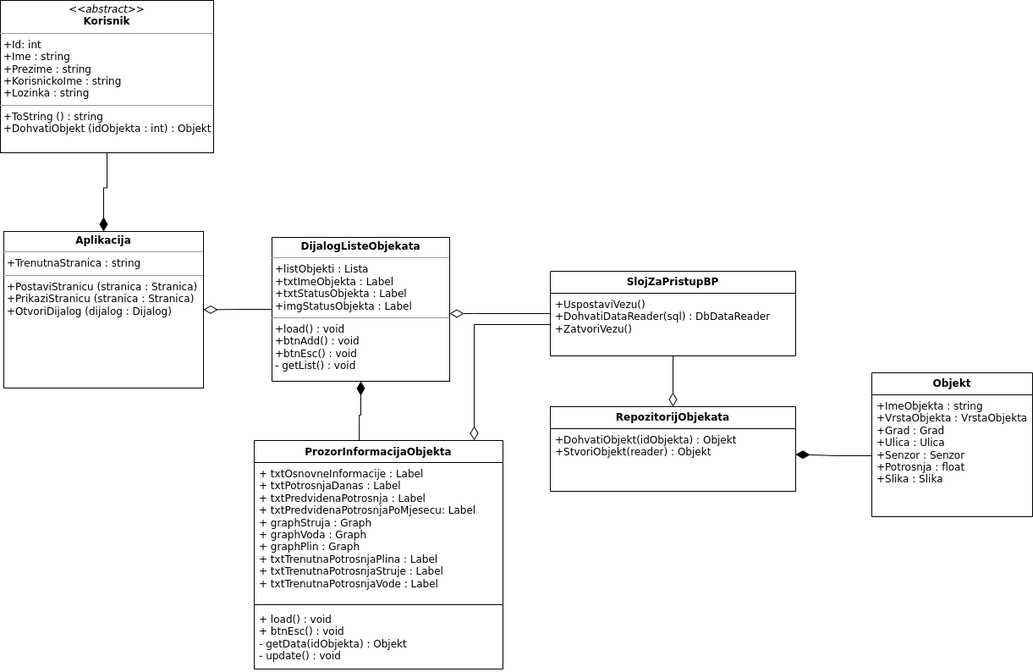
Before: pristup_ispis_potrosnje_new.drawio.png, a diagram exported from draw.io (xunillen2/LiveEnergy). Source tidied: cells renumbered, new cells last; positions are measured from the earlier drawing's top-left corner, leaving out a move shared by most shapes.
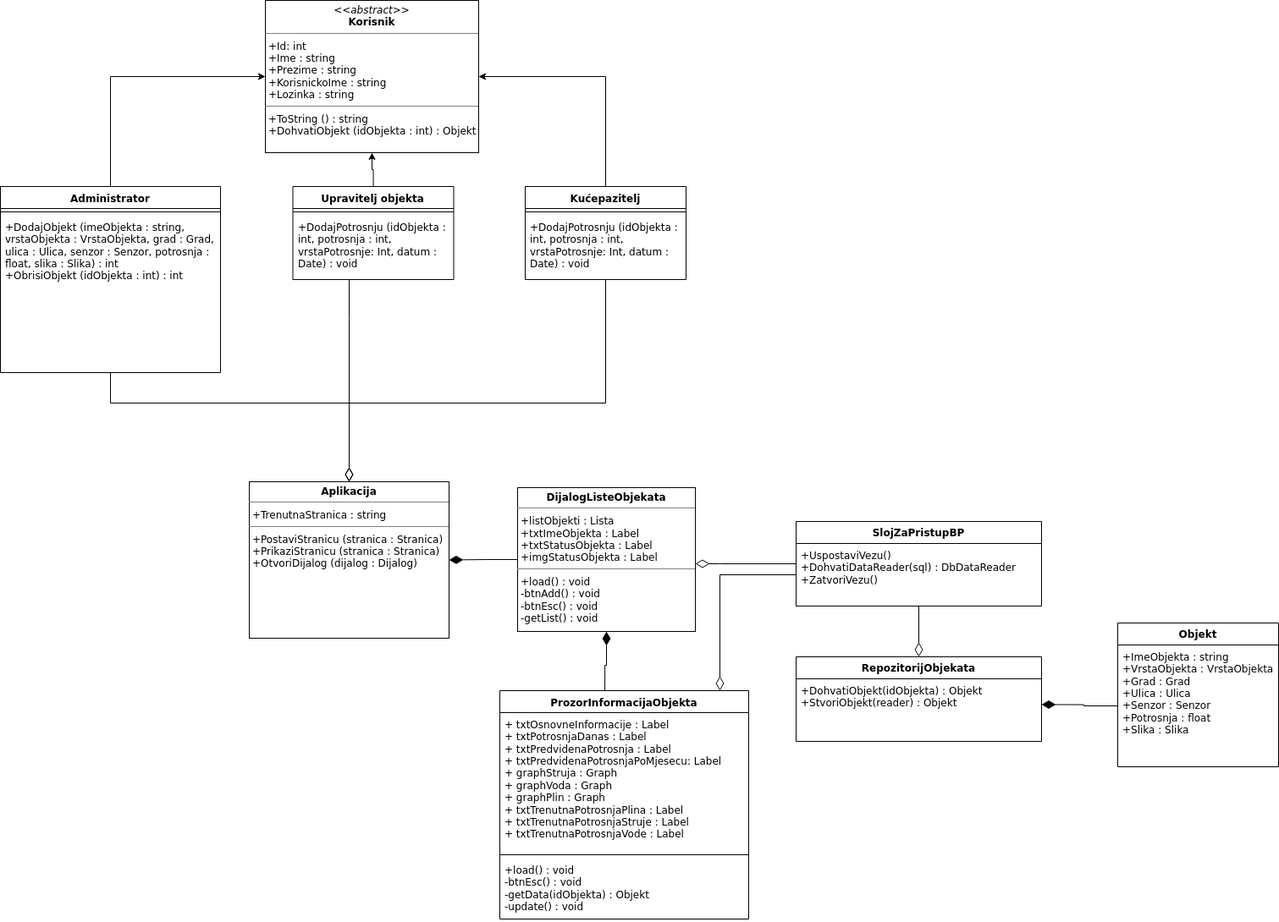
After the change.

What changed in the source:
```diff
@@ -2,35 +2,29 @@
   <root>
     <mxCell id="0" />
     <mxCell id="1" parent="0" />
-    <mxCell id="2" style="edgeStyle=orthogonalEdgeStyle;rounded=0;jettySize=auto;html=1;entryX=0.5;entryY=0;entryDx=0;entryDy=0;endArrow=diamondThin;endFill=1;startSize=12;endSize=14;" parent="1" edge="1" source="3" target="21">
-      <mxGeometry relative="1" as="geometry" />
-    </mxCell>
-    <mxCell id="3" value="&lt;p style=&quot;margin:0px;margin-top:4px;text-align:center;&quot;&gt;&lt;i&gt;&amp;lt;&amp;lt;abstract&amp;gt;&amp;gt;&lt;/i&gt;&lt;br&gt;&lt;b&gt;Korisnik&lt;/b&gt;&lt;/p&gt;&lt;hr size=&quot;1&quot;&gt;&lt;p style=&quot;margin:0px;margin-left:4px;&quot;&gt;+Id: int&lt;br&gt;+Ime : string&lt;/p&gt;&lt;p style=&quot;margin:0px;margin-left:4px;&quot;&gt;+Prezime : string&lt;/p&gt;&lt;p style=&quot;margin:0px;margin-left:4px;&quot;&gt;+KorisnickoIme : string&lt;/p&gt;&lt;p style=&quot;margin:0px;margin-left:4px;&quot;&gt;+Lozinka : string&lt;/p&gt;&lt;hr size=&quot;1&quot;&gt;&lt;p style=&quot;margin:0px;margin-left:4px;&quot;&gt;+ToString () : string&lt;/p&gt;&lt;p style=&quot;margin:0px;margin-left:4px;&quot;&gt;+DohvatiObjekt (idObjekta : int) : Objekt&lt;/p&gt;" style="verticalAlign=top;align=left;overflow=fill;fontSize=12;fontFamily=Helvetica;html=1;whiteSpace=wrap;" parent="1" vertex="1">
-      <mxGeometry width="252" height="180" as="geometry" />
-    </mxCell>
-    <mxCell id="4" style="edgeStyle=orthogonalEdgeStyle;rounded=0;jettySize=auto;html=1;entryX=0.422;entryY=0.006;entryDx=0;entryDy=0;entryPerimeter=0;endArrow=none;endFill=0;endSize=14;startArrow=diamondThin;startFill=1;startSize=14;" parent="1" edge="1" source="6" target="16">
-      <mxGeometry relative="1" as="geometry" />
-    </mxCell>
-    <mxCell id="5" style="edgeStyle=orthogonalEdgeStyle;rounded=0;jettySize=auto;html=1;entryX=1;entryY=0.5;entryDx=0;entryDy=0;endArrow=diamondThin;endFill=0;startSize=12;endSize=14;" parent="1" edge="1" source="6" target="21">
-      <mxGeometry relative="1" as="geometry" />
-    </mxCell>
-    <mxCell id="6" value="&lt;p style=&quot;margin:0px;margin-top:4px;text-align:center;&quot;&gt;&lt;b&gt;DijalogListeObjekata&lt;/b&gt;&lt;/p&gt;&lt;hr size=&quot;1&quot;&gt;&lt;p style=&quot;margin:0px;margin-left:4px;&quot;&gt;+listObjekti : Lista&lt;br&gt;&lt;/p&gt;&lt;p style=&quot;margin:0px;margin-left:4px;&quot;&gt;+txtImeObjekta : Label&lt;/p&gt;&lt;p style=&quot;margin:0px;margin-left:4px;&quot;&gt;+txtStatusObjekta : Label&lt;/p&gt;&lt;p style=&quot;margin:0px;margin-left:4px;&quot;&gt;+imgStatusObjekta : Label&lt;/p&gt;&lt;hr size=&quot;1&quot;&gt;&lt;p style=&quot;margin:0px;margin-left:4px;&quot;&gt;+load() : void&lt;/p&gt;&lt;p style=&quot;margin:0px;margin-left:4px;&quot;&gt;+btnAdd() : void&lt;/p&gt;&lt;p style=&quot;margin:0px;margin-left:4px;&quot;&gt;+btnEsc() : void&lt;/p&gt;&lt;p style=&quot;margin:0px;margin-left:4px;&quot;&gt;- getList() : void&lt;/p&gt;" style="verticalAlign=top;align=left;overflow=fill;fontSize=12;fontFamily=Helvetica;html=1;whiteSpace=wrap;" parent="1" vertex="1">
-      <mxGeometry x="321" y="280" width="210" height="170" as="geometry" />
-    </mxCell>
+    <mxCell id="22" style="edgeStyle=orthogonalEdgeStyle;rounded=0;jettySize=auto;html=1;entryX=0.422;entryY=0.006;entryDx=0;entryDy=0;entryPerimeter=0;endArrow=none;endFill=0;endSize=14;startArrow=diamondThin;startFill=1;startSize=14;" parent="1" edge="1" source="24" target="16">
+      <mxGeometry relative="1" as="geometry" />
+    </mxCell>
+    <mxCell id="23" style="edgeStyle=orthogonalEdgeStyle;rounded=0;jettySize=auto;html=1;entryX=1;entryY=0.5;entryDx=0;entryDy=0;endArrow=diamondThin;endFill=1;startSize=12;endSize=14;" parent="1" edge="1" source="24" target="21">
+      <mxGeometry relative="1" as="geometry" />
+    </mxCell>
+    <mxCell id="24" value="&lt;p style=&quot;margin:0px;margin-top:4px;text-align:center;&quot;&gt;&lt;b&gt;DijalogListeObjekata&lt;/b&gt;&lt;/p&gt;&lt;hr size=&quot;1&quot;&gt;&lt;p style=&quot;margin:0px;margin-left:4px;&quot;&gt;+listObjekti : Lista&lt;br&gt;&lt;/p&gt;&lt;p style=&quot;margin:0px;margin-left:4px;&quot;&gt;+txtImeObjekta : Label&lt;/p&gt;&lt;p style=&quot;margin:0px;margin-left:4px;&quot;&gt;+txtStatusObjekta : Label&lt;/p&gt;&lt;p style=&quot;margin:0px;margin-left:4px;&quot;&gt;+imgStatusObjekta : Label&lt;/p&gt;&lt;hr size=&quot;1&quot;&gt;&lt;p style=&quot;margin:0px;margin-left:4px;&quot;&gt;+load() : void&lt;/p&gt;&lt;p style=&quot;margin:0px;margin-left:4px;&quot;&gt;-btnAdd() : void&lt;/p&gt;&lt;p style=&quot;margin:0px;margin-left:4px;&quot;&gt;-btnEsc() : void&lt;/p&gt;&lt;p style=&quot;margin:0px;margin-left:4px;&quot;&gt;-getList() : void&lt;/p&gt;" style="verticalAlign=top;align=left;overflow=fill;fontSize=12;fontFamily=Helvetica;html=1;whiteSpace=wrap;" parent="1" vertex="1">
+      <mxGeometry x="321" y="280" width="210" height="170" as="geometry" />
+    </mxCell>
     <mxCell id="7" value="&lt;b&gt;RepozitorijObjekata&lt;/b&gt;" style="swimlane;fontStyle=0;horizontal=1;startSize=26;fillColor=none;whiteSpace=wrap;html=1;" parent="1" vertex="1">
       <mxGeometry x="650" y="480" width="290" height="100" as="geometry" />
     </mxCell>
     <mxCell id="8" value="+DohvatiObjekt(idObjekta) : Objekt&lt;br&gt;+StvoriObjekt(reader) : Objekt" style="text;strokeColor=none;fillColor=none;align=left;verticalAlign=top;spacingLeft=4;spacingRight=4;overflow=hidden;points=[[0,0.5],[1,0.5]];portConstraint=eastwest;whiteSpace=wrap;html=1;" parent="7" vertex="1">
       <mxGeometry y="26" width="290" height="74" as="geometry" />
     </mxCell>
-    <mxCell id="9" style="edgeStyle=orthogonalEdgeStyle;rounded=0;jettySize=auto;html=1;endArrow=diamondThin;endFill=0;endSize=14;" parent="1" edge="1" source="10" target="6">
-      <mxGeometry relative="1" as="geometry">
-        <Array as="points">
-          <mxPoint x="560" y="370" />
-          <mxPoint x="560" y="370" />
-        </Array>
-      </mxGeometry>
-    </mxCell>
+    <mxCell id="25" style="edgeStyle=orthogonalEdgeStyle;rounded=0;jettySize=auto;html=1;endArrow=diamondThin;endFill=0;endSize=14;" parent="1" edge="1" source="10" target="24">
+      <mxGeometry relative="1" as="geometry">
+        <Array as="points">
+          <mxPoint x="560" y="370" />
+          <mxPoint x="560" y="370" />
+        </Array>
+      </mxGeometry>
+    </mxCell>
     <mxCell id="10" value="&lt;b&gt;SlojZaPristupBP&lt;/b&gt;" style="swimlane;fontStyle=0;horizontal=1;startSize=26;fillColor=none;whiteSpace=wrap;html=1;" parent="1" vertex="1">
       <mxGeometry x="650" y="320" width="290" height="100" as="geometry" />
     </mxCell>
@@ -63,9 +57,9 @@
     <mxCell id="18" style="line;strokeWidth=1;fillColor=none;align=left;verticalAlign=middle;spacingTop=-1;spacingLeft=3;spacingRight=3;labelPosition=right;strokeColor=inherit;" parent="16" vertex="1">
       <mxGeometry y="190" width="294" height="8" as="geometry" />
     </mxCell>
-    <mxCell id="19" value="+ load() : void&lt;br&gt;+ btnEsc() : void&lt;br&gt;- getData(idObjekta) : Objekt&lt;br&gt;- update() : void" style="text;strokeColor=none;fillColor=none;align=left;verticalAlign=top;spacingLeft=4;spacingRight=4;overflow=hidden;whiteSpace=wrap;html=1;" parent="16" vertex="1">
-      <mxGeometry y="198" width="294" height="72" as="geometry" />
-    </mxCell>
+    <mxCell id="26" value="+load() : void&lt;br&gt;-btnEsc() : void&lt;br&gt;-getData(idObjekta) : Objekt&lt;br&gt;-update() : void" style="text;strokeColor=none;fillColor=none;align=left;verticalAlign=top;spacingLeft=4;spacingRight=4;overflow=hidden;whiteSpace=wrap;html=1;" parent="16" vertex="1">
+      <mxGeometry y="198" width="294" height="72" as="geometry" />
+    </mxCell>
     <mxCell id="20" style="edgeStyle=orthogonalEdgeStyle;rounded=0;jettySize=auto;html=1;endArrow=diamondThin;endFill=0;endSize=14;" parent="1" edge="1" source="11" target="16">
       <mxGeometry relative="1" as="geometry">
         <Array as="points">
@@ -76,5 +70,76 @@
     <mxCell id="21" value="&lt;p style=&quot;margin:0px;margin-top:4px;text-align:center;&quot;&gt;&lt;b&gt;Aplikacija&lt;/b&gt;&lt;/p&gt;&lt;hr size=&quot;1&quot;&gt;&lt;p style=&quot;margin:0px;margin-left:4px;&quot;&gt;+TrenutnaStranica : string&lt;/p&gt;&lt;hr size=&quot;1&quot;&gt;&lt;p style=&quot;margin:0px;margin-left:4px;&quot;&gt;+PostaviStranicu (stranica : Stranica)&lt;/p&gt;&lt;p style=&quot;margin:0px;margin-left:4px;&quot;&gt;+PrikaziStranicu (stranica : Stranica)&lt;/p&gt;&lt;p style=&quot;margin:0px;margin-left:4px;&quot;&gt;+OtvoriDijalog (dijalog : Dijalog)&lt;/p&gt;" style="verticalAlign=top;align=left;overflow=fill;fontSize=12;fontFamily=Helvetica;html=1;whiteSpace=wrap;" parent="1" vertex="1">
       <mxGeometry x="4" y="273" width="236" height="185" as="geometry" />
     </mxCell>
+    <mxCell id="3" value="&lt;p style=&quot;margin:0px;margin-top:4px;text-align:center;&quot;&gt;&lt;i&gt;&amp;lt;&amp;lt;abstract&amp;gt;&amp;gt;&lt;/i&gt;&lt;br&gt;&lt;b&gt;Korisnik&lt;/b&gt;&lt;/p&gt;&lt;hr size=&quot;1&quot;&gt;&lt;p style=&quot;margin:0px;margin-left:4px;&quot;&gt;+Id: int&lt;br&gt;+Ime : string&lt;/p&gt;&lt;p style=&quot;margin:0px;margin-left:4px;&quot;&gt;+Prezime : string&lt;/p&gt;&lt;p style=&quot;margin:0px;margin-left:4px;&quot;&gt;+KorisnickoIme : string&lt;/p&gt;&lt;p style=&quot;margin:0px;margin-left:4px;&quot;&gt;+Lozinka : string&lt;/p&gt;&lt;hr size=&quot;1&quot;&gt;&lt;p style=&quot;margin:0px;margin-left:4px;&quot;&gt;+ToString () : string&lt;/p&gt;&lt;p style=&quot;margin:0px;margin-left:4px;&quot;&gt;+DohvatiObjekt (idObjekta : int) : Objekt&lt;/p&gt;" style="verticalAlign=top;align=left;overflow=fill;fontSize=12;fontFamily=Helvetica;html=1;whiteSpace=wrap;" parent="1" vertex="1">
+      <mxGeometry x="23" y="-296" width="252" height="180" as="geometry" />
+    </mxCell>
+    <mxCell id="27" style="edgeStyle=orthogonalEdgeStyle;rounded=0;jettySize=auto;html=1;entryX=0;entryY=0.5;entryDx=0;entryDy=0;" parent="1" edge="1" source="28" target="3">
+      <mxGeometry relative="1" as="geometry">
+        <Array as="points">
+          <mxPoint x="-160" y="-206" />
+        </Array>
+      </mxGeometry>
+    </mxCell>
+    <mxCell id="28" value="Administrator" style="swimlane;fontStyle=1;align=center;verticalAlign=top;horizontal=1;startSize=26;whiteSpace=wrap;html=1;" parent="1" vertex="1">
+      <mxGeometry x="-290" y="-76" width="260" height="220" as="geometry" />
+    </mxCell>
+    <mxCell id="29" style="line;strokeWidth=1;fillColor=none;align=left;verticalAlign=middle;spacingTop=-1;spacingLeft=3;spacingRight=3;labelPosition=right;strokeColor=inherit;" parent="28" vertex="1">
+      <mxGeometry y="26" width="260" height="8" as="geometry" />
+    </mxCell>
+    <mxCell id="30" value="+DodajObjekt (imeObjekta : string, vrstaObjekta : VrstaObjekta, grad : Grad, ulica : Ulica, senzor : Senzor, potrosnja : float, slika : Slika) : int&lt;br&gt;+ObrisiObjekt (idObjekta : int) : int" style="text;strokeColor=none;fillColor=none;align=left;verticalAlign=top;spacingLeft=4;spacingRight=4;overflow=hidden;points=[[0,0.5],[1,0.5]];portConstraint=eastwest;whiteSpace=wrap;html=1;" parent="28" vertex="1">
+      <mxGeometry y="34" width="260" height="186" as="geometry" />
+    </mxCell>
+    <mxCell id="31" style="edgeStyle=orthogonalEdgeStyle;rounded=0;jettySize=auto;html=1;entryX=0.5;entryY=1;entryDx=0;entryDy=0;" parent="1" edge="1" source="32" target="3">
+      <mxGeometry relative="1" as="geometry" />
+    </mxCell>
+    <mxCell id="32" value="Upravitelj objekta" style="swimlane;fontStyle=1;align=center;verticalAlign=top;horizontal=1;startSize=26;whiteSpace=wrap;html=1;" parent="1" vertex="1">
+      <mxGeometry x="55.5" y="-76" width="190" height="110" as="geometry" />
+    </mxCell>
+    <mxCell id="33" style="line;strokeWidth=1;fillColor=none;align=left;verticalAlign=middle;spacingTop=-1;spacingLeft=3;spacingRight=3;labelPosition=right;strokeColor=inherit;" parent="32" vertex="1">
+      <mxGeometry y="26" width="190" height="8" as="geometry" />
+    </mxCell>
+    <mxCell id="34" value="+DodajPotrosnju (idObjekta : int, potrosnja : int, vrstaPotrosnje: Int, datum : Date) : void" style="text;strokeColor=none;fillColor=none;align=left;verticalAlign=top;spacingLeft=4;spacingRight=4;overflow=hidden;points=[[0,0.5],[1,0.5]];portConstraint=eastwest;whiteSpace=wrap;html=1;" parent="32" vertex="1">
+      <mxGeometry y="34" width="190" height="76" as="geometry" />
+    </mxCell>
+    <mxCell id="35" style="edgeStyle=orthogonalEdgeStyle;rounded=0;jettySize=auto;html=1;entryX=1;entryY=0.5;entryDx=0;entryDy=0;" parent="1" edge="1" source="36" target="3">
+      <mxGeometry relative="1" as="geometry">
+        <Array as="points">
+          <mxPoint x="425" y="-206" />
+        </Array>
+      </mxGeometry>
+    </mxCell>
+    <mxCell id="36" value="Kućepazitelj" style="swimlane;fontStyle=1;align=center;verticalAlign=top;horizontal=1;startSize=26;whiteSpace=wrap;html=1;" parent="1" vertex="1">
+      <mxGeometry x="330" y="-76" width="190" height="110" as="geometry" />
+    </mxCell>
+    <mxCell id="37" style="line;strokeWidth=1;fillColor=none;align=left;verticalAlign=middle;spacingTop=-1;spacingLeft=3;spacingRight=3;labelPosition=right;strokeColor=inherit;" parent="36" vertex="1">
+      <mxGeometry y="26" width="190" height="8" as="geometry" />
+    </mxCell>
+    <mxCell id="38" value="+DodajPotrosnju (idObjekta : int, potrosnja : int, vrstaPotrosnje: Int, datum : Date) : void" style="text;strokeColor=none;fillColor=none;align=left;verticalAlign=top;spacingLeft=4;spacingRight=4;overflow=hidden;points=[[0,0.5],[1,0.5]];portConstraint=eastwest;whiteSpace=wrap;html=1;" parent="36" vertex="1">
+      <mxGeometry y="34" width="190" height="76" as="geometry" />
+    </mxCell>
+    <mxCell id="39" style="edgeStyle=orthogonalEdgeStyle;rounded=0;jettySize=auto;html=1;endArrow=diamondThin;endFill=0;endSize=14;" parent="1" edge="1" source="30" target="21">
+      <mxGeometry relative="1" as="geometry">
+        <Array as="points">
+          <mxPoint x="-160" y="180" />
+          <mxPoint x="122" y="180" />
+        </Array>
+      </mxGeometry>
+    </mxCell>
+    <mxCell id="40" style="edgeStyle=orthogonalEdgeStyle;rounded=0;jettySize=auto;html=1;entryX=0.5;entryY=0;entryDx=0;entryDy=0;endArrow=diamondThin;endFill=0;endSize=14;" parent="1" edge="1" source="34" target="21">
+      <mxGeometry relative="1" as="geometry">
+        <Array as="points">
+          <mxPoint x="122" y="80" />
+          <mxPoint x="122" y="80" />
+        </Array>
+      </mxGeometry>
+    </mxCell>
+    <mxCell id="41" style="edgeStyle=orthogonalEdgeStyle;rounded=0;jettySize=auto;html=1;endArrow=diamondThin;endFill=0;endSize=14;" parent="1" edge="1" source="38" target="21">
+      <mxGeometry relative="1" as="geometry">
+        <Array as="points">
+          <mxPoint x="425" y="180" />
+          <mxPoint x="122" y="180" />
+        </Array>
+      </mxGeometry>
+    </mxCell>
   </root>
 </mxGraphModel>
```
